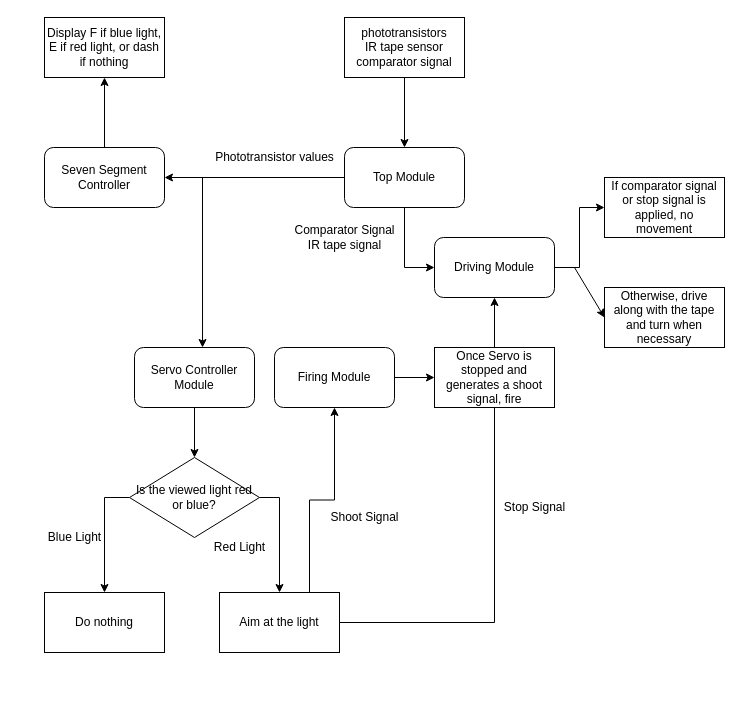
Earlier version of the draw.io diagram FinalProject/Presentations/Code Snippets/flowchart.drawio (dirkt68/pl1-robotics). Source tidied: cells renumbered, new cells numbered last; positions are measured from the earlier drawing's top-left corner, leaving out a move shared by most shapes. Both pictures are drawn from the tidied source at 100%, with x=0, y=0 at pixel (39, 17).
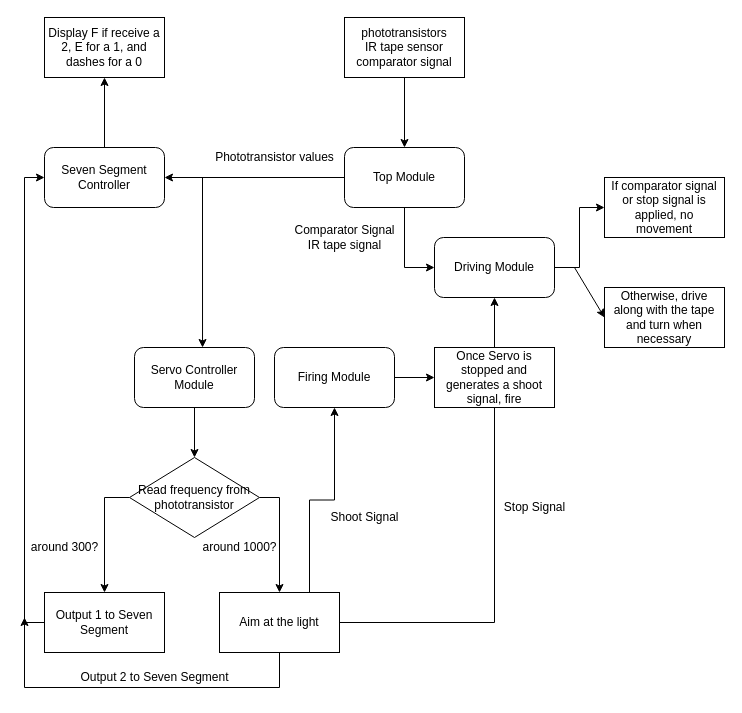
The same diagram, later.

Unchanged cells that the change refers to:
```xml
<mxCell id="15" value="Seven Segment Controller" style="rounded=1;whiteSpace=wrap;html=1;" parent="1" vertex="1">
  <mxGeometry x="5" y="130" width="120" height="60" as="geometry" />
</mxCell>
<mxCell id="22" value="Aim at the light" style="rounded=0;whiteSpace=wrap;html=1;" parent="1" vertex="1">
  <mxGeometry x="180" y="575" width="120" height="60" as="geometry" />
</mxCell>
```

Diff of the diagram source:
```diff
@@
-    <mxCell id="19" value="Is the viewed light red or blue?" style="rhombus;whiteSpace=wrap;html=1;" parent="1" vertex="1">
+    <mxCell id="19" value="Read frequency from phototransistor" style="rhombus;whiteSpace=wrap;html=1;" parent="1" vertex="1">
       <mxGeometry x="90" y="440" width="130" height="80" as="geometry" />
     </mxCell>
@@
+    <mxCell id="35" style="edgeStyle=orthogonalEdgeStyle;rounded=0;jettySize=auto;html=1;" parent="1" edge="1" source="22">
+      <mxGeometry relative="1" as="geometry">
+        <mxPoint x="-15" y="600" as="targetPoint" />
+        <Array as="points">
+          <mxPoint x="240" y="670" />
+          <mxPoint x="-15" y="670" />
+        </Array>
+      </mxGeometry>
+    </mxCell>
@@
+    <mxCell id="36" style="edgeStyle=orthogonalEdgeStyle;rounded=0;jettySize=auto;html=1;entryX=0;entryY=0.5;entryDx=0;entryDy=0;" parent="1" edge="1" source="23" target="15">
+      <mxGeometry relative="1" as="geometry">
+        <Array as="points">
+          <mxPoint x="-15" y="605" />
+          <mxPoint x="-15" y="160" />
+        </Array>
+      </mxGeometry>
+    </mxCell>
-    <mxCell id="23" value="Do nothing" style="rounded=0;whiteSpace=wrap;html=1;" parent="1" vertex="1">
+    <mxCell id="23" value="Output 1 to Seven Segment" style="rounded=0;whiteSpace=wrap;html=1;" parent="1" vertex="1">
       <mxGeometry x="5" y="575" width="120" height="60" as="geometry" />
     </mxCell>
-    <mxCell id="24" value="Blue Light" style="text;html=1;align=center;verticalAlign=middle;strokeColor=none;fillColor=none;" parent="1" vertex="1">
-      <mxGeometry y="510" width="70" height="20" as="geometry" />
+    <mxCell id="24" value="around 300?" style="text;html=1;align=center;verticalAlign=middle;strokeColor=none;fillColor=none;" parent="1" vertex="1">
+      <mxGeometry x="-15" y="520" width="80" height="20" as="geometry" />
     </mxCell>
-    <mxCell id="25" value="Red Light" style="text;html=1;align=center;verticalAlign=middle;strokeColor=none;fillColor=none;" parent="1" vertex="1">
-      <mxGeometry x="165" y="520" width="70" height="20" as="geometry" />
+    <mxCell id="25" value="around 1000?" style="text;html=1;align=center;verticalAlign=middle;strokeColor=none;fillColor=none;" parent="1" vertex="1">
+      <mxGeometry x="155" y="520" width="90" height="20" as="geometry" />
     </mxCell>
@@
-    <mxCell id="30" value="Display F if blue light, E if red light, or dash if nothing" style="rounded=0;whiteSpace=wrap;html=1;" parent="1" vertex="1">
+    <mxCell id="30" value="Display F if receive a 2, E for a 1, and dashes for a 0" style="rounded=0;whiteSpace=wrap;html=1;" parent="1" vertex="1">
       <mxGeometry x="5" width="120" height="60" as="geometry" />
     </mxCell>
@@
+    <mxCell id="37" value="Output 2 to Seven Segment" style="text;html=1;align=center;verticalAlign=middle;strokeColor=none;fillColor=none;" parent="1" vertex="1">
+      <mxGeometry x="35" y="650" width="160" height="20" as="geometry" />
+    </mxCell>
```
